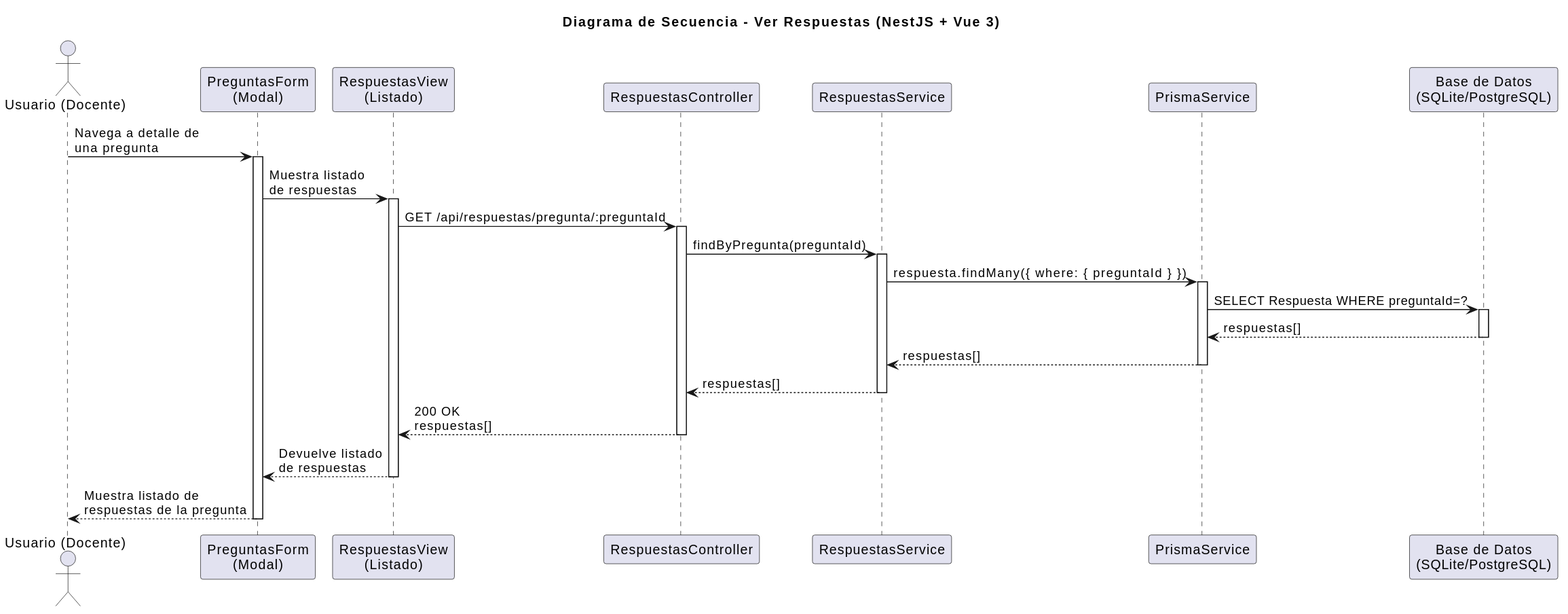
This is images/diseño/verRespuestas/secuencia.svg from marcosgutierrez6/25-26-idsw2-sdVC, a PlantUML export, as it was before one commit.
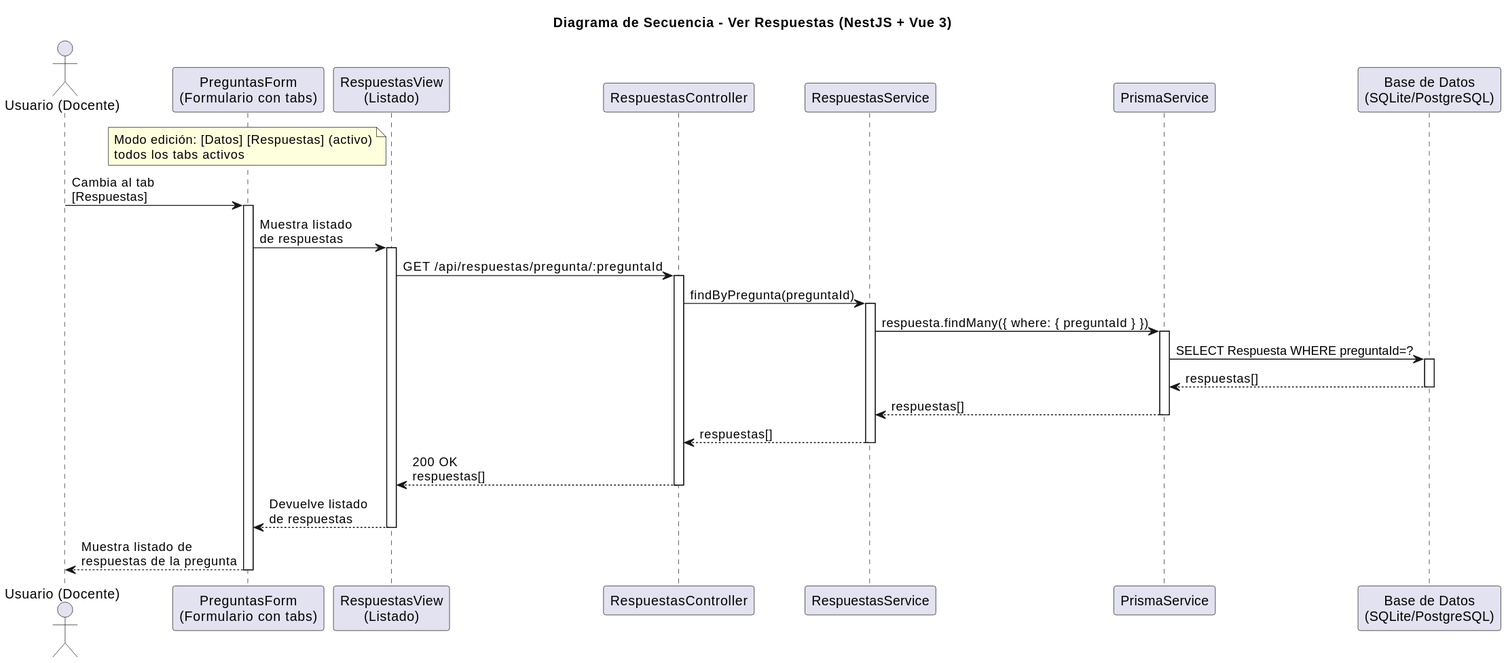
Above is the later version.

Diff of the diagram source:
```diff
@@ -2,14 +2,16 @@
 title Diagrama de Secuencia - Ver Respuestas (NestJS + Vue 3)
 
 actor "Usuario (Docente)" as User
-participant "PreguntasForm\n(Modal)" as ParentForm
+participant "PreguntasForm\n(Formulario con tabs)" as ParentForm
 participant "RespuestasView\n(Listado)" as List
 participant "RespuestasController" as Controller
 participant "RespuestasService" as Service
 participant "PrismaService" as Prisma
 participant "Base de Datos\n(SQLite/PostgreSQL)" as DB
 
-User -> ParentForm: Navega a detalle de\nuna pregunta
+note over ParentForm : Modo edición: [Datos] [Respuestas] (activo)\ntodos los tabs activos
+
+User -> ParentForm: Cambia al tab\n[Respuestas]
 activate ParentForm
 
 ParentForm -> List: Muestra listado\nde respuestas
```
